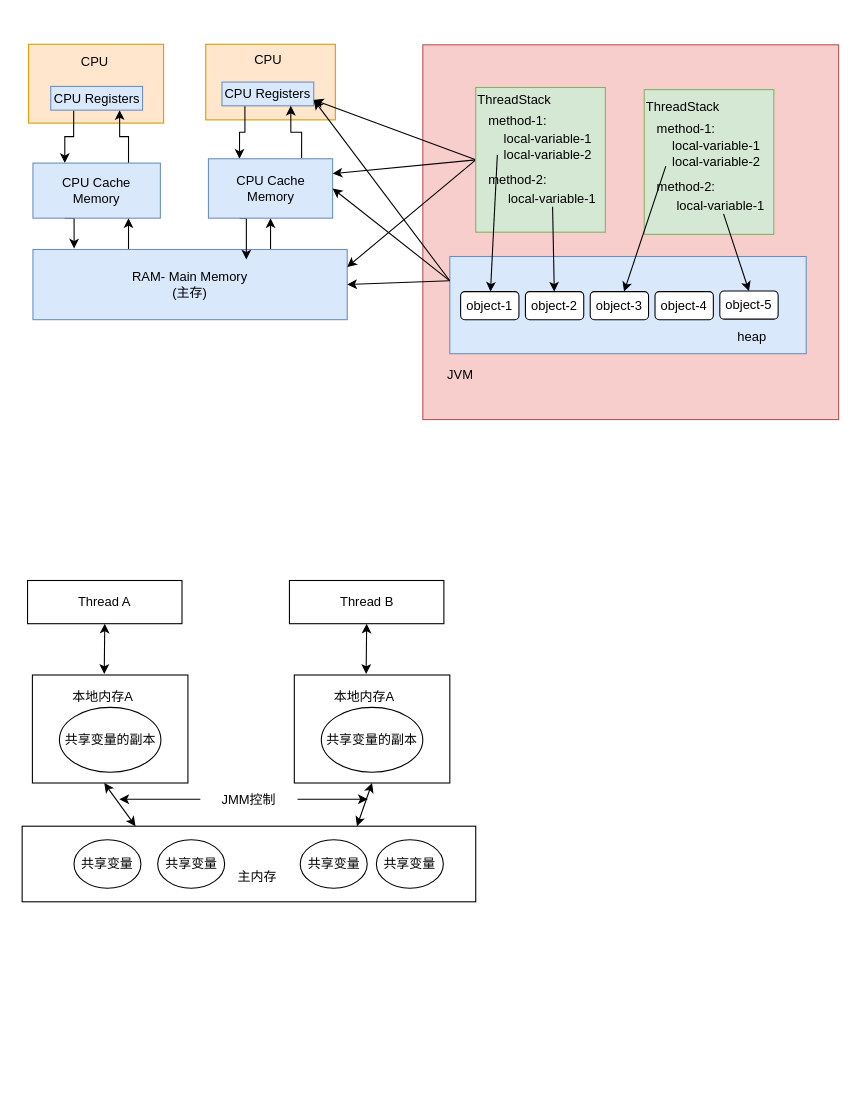
Before: page "CPU和缓存" (1 of 2) of Note4hread.drawio in lzdong0714/note, a draw.io diagram. Source tidied: cells renumbered, new cells numbered last; positions are measured from the earlier drawing's top-left corner, leaving out a move shared by most shapes. Both pictures are drawn from the tidied source at 108%, with x=0, y=0 at pixel (22, 40).
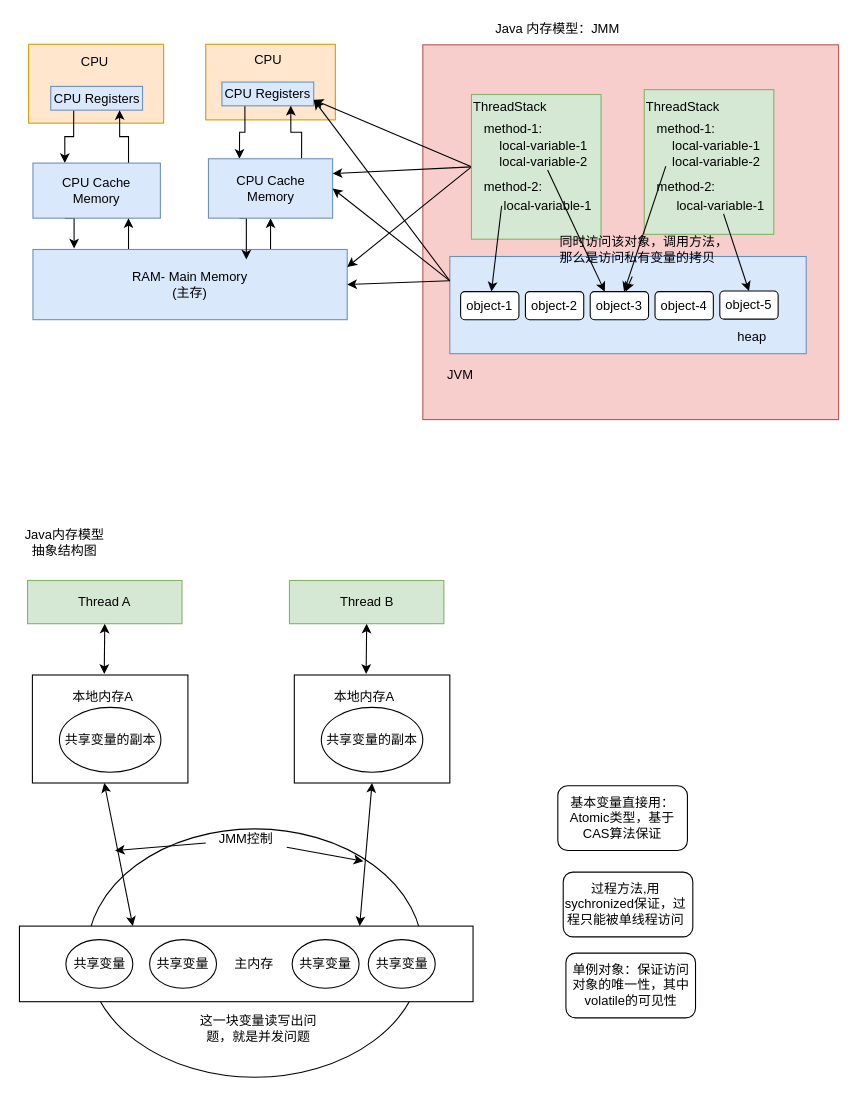
The same page after the edit.

Unchanged cells that the change refers to:
```xml
<mxCell id="41" style="rounded=0;whiteSpace=wrap;html=1;" parent="1" vertex="1">
  <mxGeometry x="252" y="587.5" width="144" height="100" as="geometry" />
</mxCell>
<mxCell id="51" value="object-1" style="rounded=1;whiteSpace=wrap;html=1;" parent="1" vertex="1">
  <mxGeometry x="406" y="232.5" width="54" height="26" as="geometry" />
</mxCell>
<mxCell id="53" value="object-2" style="rounded=1;whiteSpace=wrap;html=1;" parent="1" vertex="1">
  <mxGeometry x="466" y="232.5" width="54" height="26" as="geometry" />
</mxCell>
<mxCell id="54" value="object-3" style="rounded=1;whiteSpace=wrap;html=1;" parent="1" vertex="1">
  <mxGeometry x="526" y="232.5" width="54" height="26" as="geometry" />
</mxCell>
<mxCell id="61" value="local-variable-2" style="text;html=1;strokeColor=none;fillColor=none;align=center;verticalAlign=middle;whiteSpace=wrap;rounded=0;" parent="56" vertex="1">
  <mxGeometry x="20" y="55" width="94" height="15" as="geometry" />
</mxCell>
<mxCell id="63" value="local-variable-1" style="text;html=1;strokeColor=none;fillColor=none;align=center;verticalAlign=middle;whiteSpace=wrap;rounded=0;" parent="56" vertex="1">
  <mxGeometry x="28" y="95.5" width="86" height="15" as="geometry" />
</mxCell>
```

The edit, as a diff of the source:
```diff
@@
+    <mxCell id="77" style="ellipse;whiteSpace=wrap;html=1;" parent="1" vertex="1">
+      <mxGeometry x="60" y="730" width="311" height="230" as="geometry" />
+    </mxCell>
@@
-    <mxCell id="28" value="Thread A" style="rounded=0;whiteSpace=wrap;html=1;" parent="1" vertex="1">
+    <mxCell id="28" value="Thread A" style="rounded=0;whiteSpace=wrap;html=1;fillColor=#d5e8d4;strokeColor=#82b366;" parent="1" vertex="1">
       <mxGeometry x="5" y="500" width="143" height="40" as="geometry" />
     </mxCell>
@@
     <mxCell id="33" style="rounded=0;whiteSpace=wrap;html=1;" parent="1" vertex="1">
-      <mxGeometry y="727.5" width="420" height="70" as="geometry" />
+      <mxGeometry x="-2.5" y="820" width="420" height="70" as="geometry" />
     </mxCell>
     <mxCell id="34" value="共享变量" style="ellipse;whiteSpace=wrap;html=1;" parent="1" vertex="1">
-      <mxGeometry x="48" y="740" width="62" height="45" as="geometry" />
+      <mxGeometry x="40.5" y="832.5" width="62" height="45" as="geometry" />
     </mxCell>
     <mxCell id="35" value="共享变量" style="ellipse;whiteSpace=wrap;html=1;" parent="1" vertex="1">
-      <mxGeometry x="125.5" y="740" width="62" height="45" as="geometry" />
+      <mxGeometry x="118" y="832.5" width="62" height="45" as="geometry" />
     </mxCell>
     <mxCell id="36" value="共享变量" style="ellipse;whiteSpace=wrap;html=1;" parent="1" vertex="1">
-      <mxGeometry x="257.5" y="740" width="62" height="45" as="geometry" />
+      <mxGeometry x="250" y="832.5" width="62" height="45" as="geometry" />
     </mxCell>
     <mxCell id="37" value="共享变量" style="ellipse;whiteSpace=wrap;html=1;" parent="1" vertex="1">
-      <mxGeometry x="328" y="740" width="62" height="45" as="geometry" />
+      <mxGeometry x="320.5" y="832.5" width="62" height="45" as="geometry" />
     </mxCell>
@@
-    <mxCell id="40" value="Thread B" style="rounded=0;whiteSpace=wrap;html=1;" parent="1" vertex="1">
+    <mxCell id="40" value="Thread B" style="rounded=0;whiteSpace=wrap;html=1;fillColor=#d5e8d4;strokeColor=#82b366;" parent="1" vertex="1">
       <mxGeometry x="247.5" y="500" width="143" height="40" as="geometry" />
     </mxCell>
@@
-    <mxCell id="46" style="endArrow=classic;startArrow=classic;html=1;entryX=0.5;entryY=1;entryDx=0;entryDy=0;" parent="1" edge="1" target="41">
-      <mxGeometry relative="1" as="geometry">
-        <mxPoint x="310" y="727.5" as="sourcePoint" />
-      </mxGeometry>
+    <mxCell id="46" style="endArrow=classic;startArrow=classic;html=1;entryX=0.5;entryY=1;entryDx=0;entryDy=0;exitX=0.75;exitY=0;exitDx=0;exitDy=0;" parent="1" edge="1" source="33" target="41">
+      <mxGeometry relative="1" as="geometry" />
     </mxCell>
-    <mxCell id="47" style="edgeStyle=orthogonalEdgeStyle;rounded=0;jettySize=auto;html=1;exitX=0;exitY=0.5;exitDx=0;exitDy=0;" parent="1" edge="1" source="49">
-      <mxGeometry relative="1" as="geometry">
-        <mxPoint x="90" y="702.5" as="targetPoint" />
-      </mxGeometry>
-    </mxCell>
-    <mxCell id="48" style="edgeStyle=orthogonalEdgeStyle;rounded=0;jettySize=auto;html=1;exitX=1;exitY=0.5;exitDx=0;exitDy=0;" parent="1" edge="1" source="49">
-      <mxGeometry relative="1" as="geometry">
-        <mxPoint x="320" y="702.5" as="targetPoint" />
-      </mxGeometry>
-    </mxCell>
+    <mxCell id="78" style="edgeStyle=none;rounded=0;jettySize=auto;html=1;" parent="1" edge="1" source="49">
+      <mxGeometry relative="1" as="geometry">
+        <mxPoint x="86" y="750" as="targetPoint" />
+      </mxGeometry>
+    </mxCell>
+    <mxCell id="79" style="edgeStyle=none;rounded=0;jettySize=auto;html=1;" parent="1" edge="1" source="49">
+      <mxGeometry relative="1" as="geometry">
+        <mxPoint x="316" y="760" as="targetPoint" />
+      </mxGeometry>
+    </mxCell>
     <mxCell id="49" value="JMM控制" style="text;html=1;strokeColor=none;fillColor=none;align=center;verticalAlign=middle;whiteSpace=wrap;rounded=0;" parent="1" vertex="1">
-      <mxGeometry x="165" y="687.5" width="90" height="30" as="geometry" />
+      <mxGeometry x="170" y="730" width="75" height="20" as="geometry" />
     </mxCell>
     <mxCell id="50" value="主内存" style="text;html=1;strokeColor=none;fillColor=none;align=center;verticalAlign=middle;whiteSpace=wrap;rounded=0;" parent="1" vertex="1">
-      <mxGeometry x="197.5" y="765" width="40" height="20" as="geometry" />
+      <mxGeometry x="195" y="845" width="40" height="20" as="geometry" />
     </mxCell>
@@
     <mxCell id="56" style="group;" parent="1" vertex="1">
-      <mxGeometry x="420" y="43.5" width="120" height="134" as="geometry" />
+      <mxGeometry x="416" y="50" width="270" height="181" as="geometry" />
     </mxCell>
@@
-    <mxCell id="72" style="rounded=0;jettySize=auto;html=1;" parent="1" edge="1" source="63" target="53">
+    <mxCell id="72" style="rounded=0;jettySize=auto;html=1;exitX=0;exitY=0.5;exitDx=0;exitDy=0;" parent="1" edge="1" source="63" target="51">
       <mxGeometry relative="1" as="geometry" />
     </mxCell>
@@
-    <mxCell id="76" style="edgeStyle=none;rounded=0;jettySize=auto;html=1;exitX=0;exitY=0.5;exitDx=0;exitDy=0;" parent="1" edge="1" source="61" target="51">
-      <mxGeometry relative="1" as="geometry" />
-    </mxCell>
+    <mxCell id="80" style="edgeStyle=none;rounded=0;jettySize=auto;html=1;" parent="1" edge="1" source="82" target="54">
+      <mxGeometry relative="1" as="geometry" />
+    </mxCell>
+    <mxCell id="81" style="edgeStyle=none;rounded=0;jettySize=auto;html=1;entryX=0.25;entryY=0;entryDx=0;entryDy=0;" parent="1" edge="1" source="61" target="54">
+      <mxGeometry relative="1" as="geometry" />
+    </mxCell>
+    <mxCell id="82" value="&lt;font style=&quot;font-size: 12px&quot;&gt;同时访问该对象，调用方法，那么是访问私有变量的拷贝&lt;/font&gt;" style="text;html=1;strokeColor=none;fillColor=none;align=left;verticalAlign=middle;whiteSpace=wrap;rounded=0;" parent="1" vertex="1">
+      <mxGeometry x="496" y="168.5" width="160" height="50" as="geometry" />
+    </mxCell>
+    <mxCell id="83" value="Java 内存模型：JMM" style="text;html=1;strokeColor=none;fillColor=none;align=center;verticalAlign=middle;whiteSpace=wrap;rounded=0;" parent="1" vertex="1">
+      <mxGeometry x="426" y="-20" width="140" height="20" as="geometry" />
+    </mxCell>
+    <mxCell id="84" value="Java内存模型抽象结构图" style="text;html=1;strokeColor=none;fillColor=none;align=center;verticalAlign=middle;whiteSpace=wrap;rounded=0;" parent="1" vertex="1">
+      <mxGeometry x="-3.5" y="450" width="85" height="30" as="geometry" />
+    </mxCell>
+    <mxCell id="85" value="这一块变量读写出问题，就是并发问题" style="text;html=1;strokeColor=none;fillColor=none;align=center;verticalAlign=middle;whiteSpace=wrap;rounded=0;" parent="1" vertex="1">
+      <mxGeometry x="161" y="900" width="116" height="30" as="geometry" />
+    </mxCell>
+    <mxCell id="86" value="单例对象：保证访问对象的唯一性，其中volatile的可见性" style="rounded=1;whiteSpace=wrap;html=1;" parent="1" vertex="1">
+      <mxGeometry x="503.5" y="845" width="120" height="60" as="geometry" />
+    </mxCell>
+    <mxCell id="87" style="group;" parent="1" vertex="1">
+      <mxGeometry x="496" y="690" width="120" height="60" as="geometry" />
+    </mxCell>
+    <mxCell id="88" style="rounded=1;whiteSpace=wrap;html=1;" parent="87" vertex="1">
+      <mxGeometry width="120" height="60" as="geometry" />
+    </mxCell>
+    <mxCell id="89" value="基本变量直接用：Atomic类型，基于CAS算法保证" style="text;html=1;strokeColor=none;fillColor=none;align=center;verticalAlign=middle;whiteSpace=wrap;rounded=0;" parent="87" vertex="1">
+      <mxGeometry x="10" y="9" width="100" height="42" as="geometry" />
+    </mxCell>
+    <mxCell id="90" style="group;" parent="1" vertex="1">
+      <mxGeometry x="501" y="770" width="120" height="60" as="geometry" />
+    </mxCell>
+    <mxCell id="91" style="rounded=1;whiteSpace=wrap;html=1;" parent="90" vertex="1">
+      <mxGeometry width="120" height="60" as="geometry" />
+    </mxCell>
+    <mxCell id="92" value="过程方法,用sychronized保证，过程只能被单线程访问" style="text;html=1;strokeColor=none;fillColor=none;align=center;verticalAlign=middle;whiteSpace=wrap;rounded=0;" parent="90" vertex="1">
+      <mxGeometry y="15" width="116" height="30" as="geometry" />
+    </mxCell>
```
